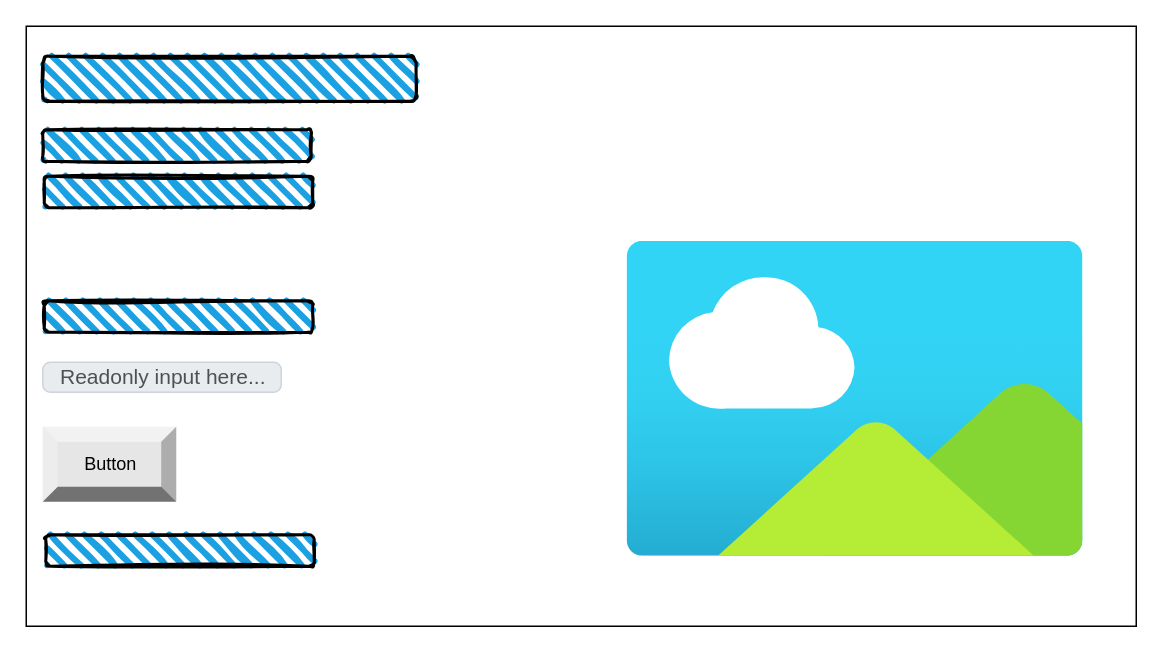
Earlier version of the draw.io diagram page "Page-2" (2 of 2) of design/story-board.drawio (ekaterina-chernykh/ICS20-Assignment-5). Source tidied: cells renumbered, new cells numbered last; positions are measured from the earlier drawing's top-left corner, leaving out a move shared by most shapes. Both pictures are drawn from the tidied source at 150%, with x=0, y=0 at pixel (26, 26).
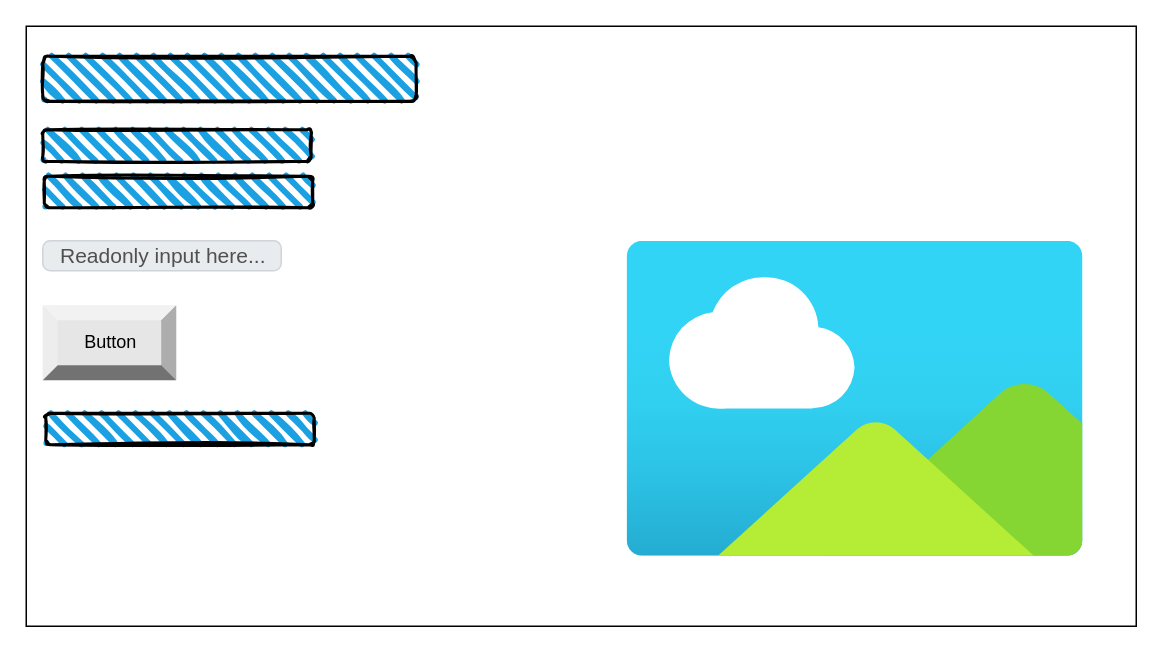
Above is the later version.

Change to the diagram source:
```diff
@@
 <mxGraphModel>
   <root>
     <mxCell id="0" />
     <mxCell id="1" parent="0" />
     <mxCell id="2" style="rounded=0;whiteSpace=wrap;html=1;" parent="1" vertex="1">
       <mxGeometry width="740" height="400" as="geometry" />
     </mxCell>
     <mxCell id="3" style="rounded=1;whiteSpace=wrap;html=1;strokeWidth=2;fillWeight=4;hachureGap=8;hachureAngle=45;fillColor=#1ba1e2;sketch=1;" parent="1" vertex="1">
       <mxGeometry x="11" y="20" width="249" height="30" as="geometry" />
     </mxCell>
     <mxCell id="4" style="rounded=1;whiteSpace=wrap;html=1;strokeWidth=2;fillWeight=4;hachureGap=8;hachureAngle=45;fillColor=#1ba1e2;sketch=1;" parent="1" vertex="1">
       <mxGeometry x="12" y="100" width="179" height="21" as="geometry" />
     </mxCell>
     <mxCell id="5" style="rounded=1;whiteSpace=wrap;html=1;strokeWidth=2;fillWeight=4;hachureGap=8;hachureAngle=45;fillColor=#1ba1e2;sketch=1;" parent="1" vertex="1">
       <mxGeometry x="11" y="69" width="179" height="21" as="geometry" />
     </mxCell>
-    <mxCell id="6" style="rounded=1;whiteSpace=wrap;html=1;strokeWidth=2;fillWeight=4;hachureGap=8;hachureAngle=45;fillColor=#1ba1e2;sketch=1;" parent="1" vertex="1">
-      <mxGeometry x="12" y="183" width="179" height="21" as="geometry" />
-    </mxCell>
     <mxCell id="7" value="Readonly input here..." style="html=1;shadow=0;dashed=0;shape=mxgraph.bootstrap.rrect;rSize=5;strokeColor=#CED4DA;strokeWidth=1;fillColor=#E9ECEF;fontColor=#505050;whiteSpace=wrap;align=left;verticalAlign=middle;spacingLeft=10;fontSize=14;" parent="1" vertex="1">
-      <mxGeometry x="11" y="224" width="159" height="20" as="geometry" />
+      <mxGeometry x="11" y="143" width="159" height="20" as="geometry" />
     </mxCell>
     <mxCell id="8" value="Button" style="labelPosition=center;verticalLabelPosition=middle;align=center;html=1;shape=mxgraph.basic.shaded_button;dx=10;fillColor=#E6E6E6;strokeColor=none;" parent="1" vertex="1">
-      <mxGeometry x="11" y="267" width="89" height="50" as="geometry" />
+      <mxGeometry x="11" y="186" width="89" height="50" as="geometry" />
     </mxCell>
     <mxCell id="9" style="html=1;align=center;image;fontSize=12;image=img/lib/azure2/general/Image.svg;fillColor=#BA6D07;" parent="1" vertex="1">
       <mxGeometry x="400" y="143.5" width="305.4" height="210" as="geometry" />
     </mxCell>
     <mxCell id="10" style="rounded=1;whiteSpace=wrap;html=1;strokeWidth=2;fillWeight=4;hachureGap=8;hachureAngle=45;fillColor=#1ba1e2;sketch=1;" parent="1" vertex="1">
-      <mxGeometry x="13" y="339" width="179" height="21" as="geometry" />
+      <mxGeometry x="13" y="258" width="179" height="21" as="geometry" />
     </mxCell>
   </root>
 </mxGraphModel>
```
